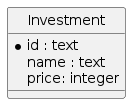
Before: public/imgs/expressjs/prismajs-simple/database.png, a diagram exported from PlantUML (ifpb/lp2). The source it was exported from:
```plantuml
@startuml
hide circle
skinparam linetype ortho
skinparam monochrome true

entity "Investment" as investiment {
  *id : text
  name : text
  price: integer
}
@enduml
```
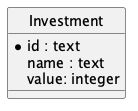
The same diagram one commit later.

Diff of the diagram source:
```diff
@@ -6,6 +6,6 @@
 entity "Investment" as investiment {
   *id : text
   name : text
-  price: integer
+  value: integer
 }
 @enduml
```
